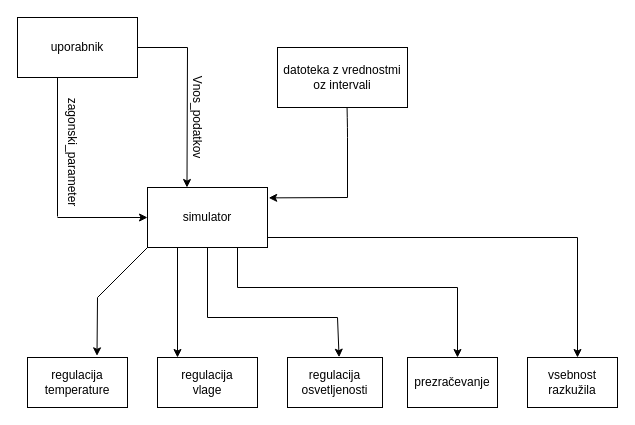
OPI-v-v/simulator keeps this draw.io diagram as page "Page-1" (1 of 2) of diagram toka podatkov.drawio. Above is the earlier version. Source tidied: cells renumbered, new cells numbered last; positions are measured from the earlier drawing's top-left corner, leaving out a move shared by most shapes. Both pictures are drawn from the tidied source at 100%, with x=0, y=0 at pixel (17, 17).
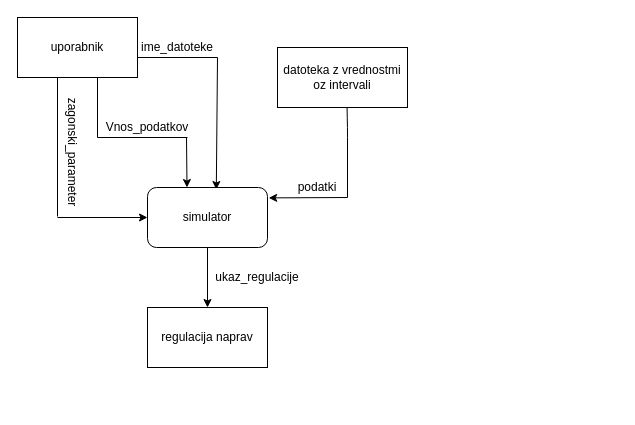
Above is the later version.

Change to the diagram source:
```diff
@@
-    <mxCell id="4" value="simulator" style="rounded=0;whiteSpace=wrap;html=1;" parent="1" vertex="1">
-      <mxGeometry x="130" y="170" width="120" height="60" as="geometry" />
-    </mxCell>
-    <mxCell id="5" style="endArrow=classic;html=1;entryX=0;entryY=0.5;entryDx=0;entryDy=0;" parent="1" edge="1" target="4">
+    <mxCell id="5" style="endArrow=classic;html=1;entryX=0;entryY=0.5;entryDx=0;entryDy=0;" parent="1" edge="1">
       <mxGeometry relative="1" as="geometry">
         <mxPoint x="40" y="200" as="sourcePoint" />
+        <mxPoint x="130" y="200" as="targetPoint" />
       </mxGeometry>
     </mxCell>
@@
-    <mxCell id="8" value="regulacija temperature" style="rounded=0;whiteSpace=wrap;html=1;" parent="1" vertex="1">
-      <mxGeometry x="10" y="340" width="100" height="50" as="geometry" />
-    </mxCell>
     <mxCell id="9" style="endArrow=none;html=1;" parent="1" edge="1">
       <mxGeometry relative="1" as="geometry">
-        <mxPoint x="120" y="30" as="sourcePoint" />
-        <mxPoint x="170" y="30" as="targetPoint" />
+        <mxPoint x="80" y="60" as="sourcePoint" />
+        <mxPoint x="80" y="120" as="targetPoint" />
       </mxGeometry>
     </mxCell>
-    <mxCell id="10" style="endArrow=classic;html=1;entryX=0.329;entryY=0;entryDx=0;entryDy=0;entryPerimeter=0;" parent="1" edge="1" target="4">
+    <mxCell id="10" style="endArrow=classic;html=1;entryX=0.329;entryY=0;entryDx=0;entryDy=0;entryPerimeter=0;" parent="1" edge="1">
       <mxGeometry relative="1" as="geometry">
-        <mxPoint x="170" y="30" as="sourcePoint" />
+        <mxPoint x="169" y="120" as="sourcePoint" />
+        <mxPoint x="169.5" y="170" as="targetPoint" />
       </mxGeometry>
     </mxCell>
-    <mxCell id="11" value="Vnos_podatkov" style="text;html=1;strokeColor=none;fillColor=none;align=center;verticalAlign=middle;whiteSpace=wrap;rounded=0;rotation=90;" parent="1" vertex="1">
-      <mxGeometry x="130" y="90" width="100" height="20" as="geometry" />
+    <mxCell id="11" value="Vnos_podatkov" style="text;html=1;strokeColor=none;fillColor=none;align=center;verticalAlign=middle;whiteSpace=wrap;rounded=0;rotation=0;" parent="1" vertex="1">
+      <mxGeometry x="80" y="100" width="100" height="20" as="geometry" />
     </mxCell>
-    <mxCell id="12" style="endArrow=classic;html=1;entryX=1.01;entryY=0.173;entryDx=0;entryDy=0;entryPerimeter=0;" parent="1" edge="1" target="4">
+    <mxCell id="12" style="endArrow=classic;html=1;entryX=1.01;entryY=0.173;entryDx=0;entryDy=0;entryPerimeter=0;" parent="1" edge="1">
       <mxGeometry relative="1" as="geometry">
         <mxPoint x="330" y="180" as="sourcePoint" />
+        <mxPoint x="251.2" y="180.4" as="targetPoint" />
       </mxGeometry>
     </mxCell>
@@
-    <mxCell id="14" value="regulacija&lt;br&gt;vlage" style="rounded=0;whiteSpace=wrap;html=1;" parent="1" vertex="1">
-      <mxGeometry x="140" y="340" width="100" height="50" as="geometry" />
-    </mxCell>
-    <mxCell id="15" value="regulacija osvetljenosti" style="rounded=0;whiteSpace=wrap;html=1;" parent="1" vertex="1">
-      <mxGeometry x="270" y="340" width="95" height="50" as="geometry" />
-    </mxCell>
-    <mxCell id="16" value="prezračevanje" style="rounded=0;whiteSpace=wrap;html=1;" parent="1" vertex="1">
-      <mxGeometry x="390" y="340" width="90" height="50" as="geometry" />
-    </mxCell>
-    <mxCell id="17" value="vsebnost razkužila" style="rounded=0;whiteSpace=wrap;html=1;" parent="1" vertex="1">
-      <mxGeometry x="510" y="340" width="90" height="50" as="geometry" />
-    </mxCell>
-    <mxCell id="18" style="endArrow=none;html=1;" parent="1" edge="1">
-      <mxGeometry relative="1" as="geometry">
-        <mxPoint x="80" y="280" as="sourcePoint" />
-        <mxPoint x="130" y="230" as="targetPoint" />
-      </mxGeometry>
-    </mxCell>
-    <mxCell id="19" style="endArrow=none;html=1;" parent="1" edge="1">
-      <mxGeometry relative="1" as="geometry">
-        <mxPoint x="560" y="220" as="sourcePoint" />
-        <mxPoint x="250" y="220" as="targetPoint" />
-      </mxGeometry>
-    </mxCell>
-    <mxCell id="20" style="endArrow=classic;html=1;" parent="1" edge="1">
-      <mxGeometry relative="1" as="geometry">
-        <mxPoint x="560" y="220" as="sourcePoint" />
-        <mxPoint x="560" y="340" as="targetPoint" />
-      </mxGeometry>
-    </mxCell>
-    <mxCell id="21" style="endArrow=classic;html=1;entryX=0.695;entryY=-0.033;entryDx=0;entryDy=0;entryPerimeter=0;" parent="1" edge="1" target="8">
-      <mxGeometry relative="1" as="geometry">
-        <mxPoint x="80" y="280" as="sourcePoint" />
-      </mxGeometry>
-    </mxCell>
-    <mxCell id="22" style="endArrow=none;html=1;entryX=0.75;entryY=1;entryDx=0;entryDy=0;" parent="1" edge="1" target="4">
-      <mxGeometry relative="1" as="geometry">
-        <mxPoint x="220" y="270" as="sourcePoint" />
-      </mxGeometry>
-    </mxCell>
-    <mxCell id="23" style="endArrow=classic;html=1;" parent="1" edge="1">
-      <mxGeometry relative="1" as="geometry">
-        <mxPoint x="440" y="270" as="sourcePoint" />
-        <mxPoint x="440" y="340" as="targetPoint" />
-      </mxGeometry>
-    </mxCell>
-    <mxCell id="24" style="endArrow=classic;html=1;exitX=0.25;exitY=1;exitDx=0;exitDy=0;entryX=0.2;entryY=0;entryDx=0;entryDy=0;entryPerimeter=0;" parent="1" edge="1" source="4" target="14">
+    <mxCell id="24" style="endArrow=classic;html=1;exitX=0.5;exitY=1;exitDx=0;exitDy=0;" parent="1" edge="1" source="4" target="34">
       <mxGeometry relative="1" as="geometry" />
     </mxCell>
-    <mxCell id="25" style="endArrow=none;html=1;" parent="1" edge="1">
-      <mxGeometry relative="1" as="geometry">
-        <mxPoint x="220" y="270" as="sourcePoint" />
-        <mxPoint x="440" y="270" as="targetPoint" />
-      </mxGeometry>
-    </mxCell>
-    <mxCell id="26" style="endArrow=none;html=1;entryX=0.5;entryY=1;entryDx=0;entryDy=0;" parent="1" edge="1" target="4">
-      <mxGeometry relative="1" as="geometry">
-        <mxPoint x="190" y="300" as="sourcePoint" />
-      </mxGeometry>
-    </mxCell>
-    <mxCell id="27" style="endArrow=none;html=1;" parent="1" edge="1">
-      <mxGeometry relative="1" as="geometry">
-        <mxPoint x="190" y="300" as="sourcePoint" />
-        <mxPoint x="320" y="300" as="targetPoint" />
-      </mxGeometry>
-    </mxCell>
-    <mxCell id="28" style="endArrow=classic;html=1;entryX=0.543;entryY=-0.006;entryDx=0;entryDy=0;entryPerimeter=0;" parent="1" edge="1" target="15">
-      <mxGeometry relative="1" as="geometry">
-        <mxPoint x="320" y="300" as="sourcePoint" />
-      </mxGeometry>
-    </mxCell>
+    <mxCell id="29" style="endArrow=none;html=1;" parent="1" edge="1">
+      <mxGeometry relative="1" as="geometry">
+        <mxPoint x="80" y="120" as="sourcePoint" />
+        <mxPoint x="170" y="120" as="targetPoint" />
+      </mxGeometry>
+    </mxCell>
+    <mxCell id="30" style="endArrow=none;html=1;" parent="1" edge="1">
+      <mxGeometry relative="1" as="geometry">
+        <mxPoint x="120" y="40" as="sourcePoint" />
+        <mxPoint x="200" y="40" as="targetPoint" />
+      </mxGeometry>
+    </mxCell>
+    <mxCell id="31" style="endArrow=classic;html=1;entryX=0.573;entryY=0.033;entryDx=0;entryDy=0;entryPerimeter=0;" parent="1" edge="1">
+      <mxGeometry relative="1" as="geometry">
+        <mxPoint x="200" y="40" as="sourcePoint" />
+        <mxPoint x="198.8" y="172" as="targetPoint" />
+      </mxGeometry>
+    </mxCell>
+    <mxCell id="32" value="ime_datoteke" style="text;html=1;strokeColor=none;fillColor=none;align=center;verticalAlign=middle;whiteSpace=wrap;rounded=0;" parent="1" vertex="1">
+      <mxGeometry x="120" y="20" width="80" height="20" as="geometry" />
+    </mxCell>
+    <mxCell id="33" value="podatki" style="text;html=1;strokeColor=none;fillColor=none;align=center;verticalAlign=middle;whiteSpace=wrap;rounded=0;" parent="1" vertex="1">
+      <mxGeometry x="280" y="160" width="40" height="20" as="geometry" />
+    </mxCell>
+    <mxCell id="34" value="regulacija naprav" style="rounded=0;whiteSpace=wrap;html=1;" parent="1" vertex="1">
+      <mxGeometry x="130" y="290" width="120" height="60" as="geometry" />
+    </mxCell>
+    <mxCell id="4" value="simulator" style="rounded=1;whiteSpace=wrap;html=1;" parent="1" vertex="1">
+      <mxGeometry x="130" y="170" width="120" height="60" as="geometry" />
+    </mxCell>
+    <mxCell id="35" value="ukaz_regulacije" style="text;html=1;strokeColor=none;fillColor=none;align=center;verticalAlign=middle;whiteSpace=wrap;rounded=0;" parent="1" vertex="1">
+      <mxGeometry x="200" y="250" width="80" height="20" as="geometry" />
+    </mxCell>
```
